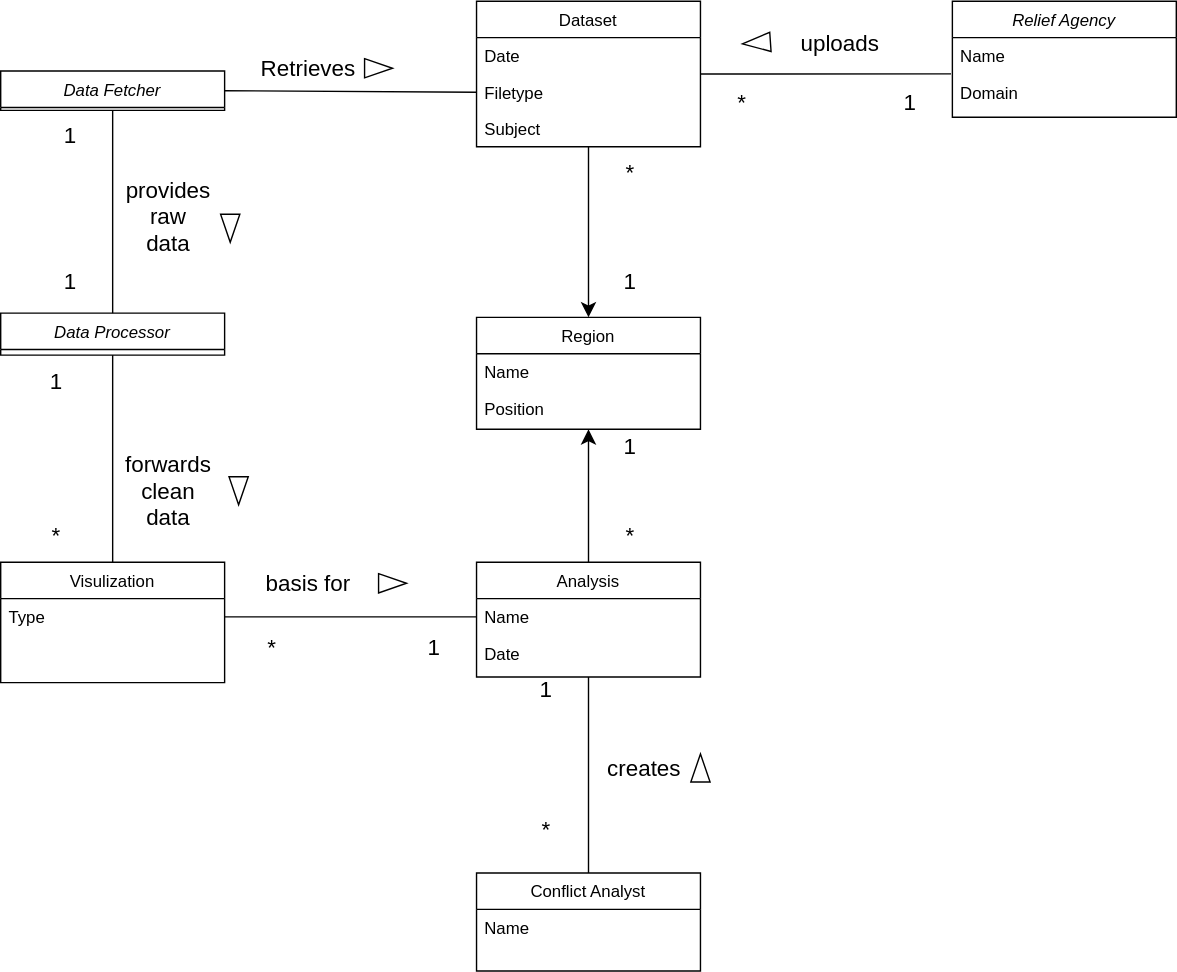
The draw.io diagram artifacts/DomainModel.svg in DhiaBou/IDPInsight, before a commit. Source tidied: cells renumbered, new cells last; positions are measured from the earlier drawing's top-left corner, leaving out a move shared by most shapes. The source it was exported from:
```xml
<mxGraphModel>
  <root>
    <mxCell id="0" />
    <mxCell id="1" parent="0" />
    <mxCell id="2" value="Data Fetcher" style="swimlane;fontStyle=2;align=center;verticalAlign=top;horizontal=1;startSize=26;rounded=0;shadow=0;strokeWidth=1;" parent="1" vertex="1">
      <mxGeometry y="50" width="160" height="28.1" as="geometry" />
    </mxCell>
    <mxCell id="3" value="Visulization" style="swimlane;fontStyle=0;align=center;verticalAlign=top;horizontal=1;startSize=26;rounded=0;shadow=0;strokeWidth=1;" parent="1" vertex="1">
      <mxGeometry y="401" width="160" height="86" as="geometry" />
    </mxCell>
    <mxCell id="4" value="Type" style="text;align=left;verticalAlign=top;spacingLeft=4;spacingRight=4;overflow=hidden;points=[[0,0.5],[1,0.5]];portConstraint=eastwest;" parent="3" vertex="1">
      <mxGeometry y="26" width="160" height="26" as="geometry" />
    </mxCell>
    <mxCell id="5" value="Conflict Analyst" style="swimlane;fontStyle=0;align=center;verticalAlign=top;horizontal=1;startSize=26;rounded=0;shadow=0;strokeWidth=1;" parent="1" vertex="1">
      <mxGeometry x="340" y="623" width="160" height="70" as="geometry" />
    </mxCell>
    <mxCell id="6" value="Name" style="text;align=left;verticalAlign=top;spacingLeft=4;spacingRight=4;overflow=hidden;" parent="5" vertex="1">
      <mxGeometry y="26" width="160" height="26" as="geometry" />
    </mxCell>
    <mxCell id="7" style="edgeStyle=none;curved=1;rounded=0;jettySize=auto;html=1;fontSize=12;startSize=8;endSize=8;" parent="1" edge="1" source="8" target="20">
      <mxGeometry relative="1" as="geometry" />
    </mxCell>
    <mxCell id="8" value="Dataset&#10;" style="swimlane;fontStyle=0;align=center;verticalAlign=top;horizontal=1;startSize=26;rounded=0;shadow=0;strokeWidth=1;" parent="1" vertex="1">
      <mxGeometry x="340" y="0.1" width="160" height="104" as="geometry" />
    </mxCell>
    <mxCell id="9" value="Date" style="text;align=left;verticalAlign=top;spacingLeft=4;spacingRight=4;overflow=hidden;" parent="8" vertex="1">
      <mxGeometry y="26" width="160" height="26" as="geometry" />
    </mxCell>
    <mxCell id="10" value="Filetype" style="text;align=left;verticalAlign=top;spacingLeft=4;spacingRight=4;overflow=hidden;points=[[0,0.5],[1,0.5]];portConstraint=eastwest;" parent="8" vertex="1">
      <mxGeometry y="52" width="160" height="26" as="geometry" />
    </mxCell>
    <mxCell id="11" value="Subject" style="text;align=left;verticalAlign=top;spacingLeft=4;spacingRight=4;overflow=hidden;" parent="8" vertex="1">
      <mxGeometry y="78" width="160" height="26" as="geometry" />
    </mxCell>
    <mxCell id="12" value="Data Processor" style="swimlane;fontStyle=2;align=center;verticalAlign=top;horizontal=1;startSize=26;rounded=0;shadow=0;strokeWidth=1;" parent="1" vertex="1">
      <mxGeometry y="223" width="160" height="30" as="geometry" />
    </mxCell>
    <mxCell id="13" value="Relief Agency" style="swimlane;fontStyle=2;align=center;verticalAlign=top;horizontal=1;startSize=26;rounded=0;shadow=0;strokeWidth=1;" parent="1" vertex="1">
      <mxGeometry x="680" y="0.1" width="160" height="82.9" as="geometry" />
    </mxCell>
    <mxCell id="14" value="Name" style="text;align=left;verticalAlign=top;spacingLeft=4;spacingRight=4;overflow=hidden;points=[[0,0.5],[1,0.5]];portConstraint=eastwest;" parent="13" vertex="1">
      <mxGeometry y="26" width="160" height="26" as="geometry" />
    </mxCell>
    <mxCell id="15" value="Domain" style="text;align=left;verticalAlign=top;spacingLeft=4;spacingRight=4;overflow=hidden;" parent="13" vertex="1">
      <mxGeometry y="52" width="160" height="26" as="geometry" />
    </mxCell>
    <mxCell id="16" style="edgeStyle=none;curved=1;rounded=0;jettySize=auto;html=1;entryX=0.5;entryY=1;entryDx=0;entryDy=0;fontSize=12;startSize=8;endSize=8;" parent="1" edge="1" source="17" target="20">
      <mxGeometry relative="1" as="geometry" />
    </mxCell>
    <mxCell id="17" value="Analysis" style="swimlane;fontStyle=0;align=center;verticalAlign=top;horizontal=1;startSize=26;rounded=0;shadow=0;strokeWidth=1;" parent="1" vertex="1">
      <mxGeometry x="340" y="401" width="160" height="82" as="geometry" />
    </mxCell>
    <mxCell id="18" value="Name" style="text;align=left;verticalAlign=top;spacingLeft=4;spacingRight=4;overflow=hidden;points=[[0,0.5],[1,0.5]];portConstraint=eastwest;" parent="17" vertex="1">
      <mxGeometry y="26" width="160" height="26" as="geometry" />
    </mxCell>
    <mxCell id="19" value="Date" style="text;align=left;verticalAlign=top;spacingLeft=4;spacingRight=4;overflow=hidden;" parent="17" vertex="1">
      <mxGeometry y="52" width="160" height="26" as="geometry" />
    </mxCell>
    <mxCell id="20" value="Region" style="swimlane;fontStyle=0;align=center;verticalAlign=top;horizontal=1;startSize=26;rounded=0;shadow=0;strokeWidth=1;" parent="1" vertex="1">
      <mxGeometry x="340" y="226" width="160" height="80" as="geometry" />
    </mxCell>
    <mxCell id="21" value="Name&#10;" style="text;align=left;verticalAlign=top;spacingLeft=4;spacingRight=4;overflow=hidden;" parent="20" vertex="1">
      <mxGeometry y="26" width="160" height="26" as="geometry" />
    </mxCell>
    <mxCell id="22" value="Position" style="text;align=left;verticalAlign=top;spacingLeft=4;spacingRight=4;overflow=hidden;" parent="20" vertex="1">
      <mxGeometry y="52" width="160" height="26" as="geometry" />
    </mxCell>
    <mxCell id="23" value="1" style="text;html=1;strokeColor=none;fillColor=none;align=center;verticalAlign=middle;whiteSpace=wrap;rounded=0;fontSize=16;" parent="1" vertex="1">
      <mxGeometry x="430" y="191.1" width="40" height="17" as="geometry" />
    </mxCell>
    <mxCell id="24" value="*" style="text;html=1;strokeColor=none;fillColor=none;align=center;verticalAlign=middle;whiteSpace=wrap;rounded=0;fontSize=16;" parent="1" vertex="1">
      <mxGeometry x="430" y="113" width="40" height="17" as="geometry" />
    </mxCell>
    <mxCell id="25" value="Retrieves" style="text;html=1;strokeColor=none;fillColor=none;align=center;verticalAlign=middle;whiteSpace=wrap;rounded=0;fontSize=16;" parent="1" vertex="1">
      <mxGeometry x="190" y="33" width="60" height="30" as="geometry" />
    </mxCell>
    <mxCell id="26" style="triangle;whiteSpace=wrap;html=1;fontSize=16;" parent="1" vertex="1">
      <mxGeometry x="260" y="41.1" width="20" height="13.8" as="geometry" />
    </mxCell>
    <mxCell id="27" style="endArrow=none;html=1;rounded=0;fontSize=12;startSize=8;endSize=8;curved=1;entryX=0.5;entryY=1;entryDx=0;entryDy=0;exitX=0.5;exitY=0;exitDx=0;exitDy=0;" parent="1" edge="1" source="12" target="2">
      <mxGeometry relative="1" as="geometry" />
    </mxCell>
    <mxCell id="28" style="triangle;whiteSpace=wrap;html=1;fontSize=16;rotation=90;" parent="1" vertex="1">
      <mxGeometry x="154" y="155.5" width="20" height="13.8" as="geometry" />
    </mxCell>
    <mxCell id="29" value="provides raw data" style="text;html=1;strokeColor=none;fillColor=none;align=center;verticalAlign=middle;whiteSpace=wrap;rounded=0;fontSize=16;" parent="1" vertex="1">
      <mxGeometry x="90" y="139.3" width="60" height="30" as="geometry" />
    </mxCell>
    <mxCell id="30" style="endArrow=none;html=1;rounded=0;fontSize=12;startSize=8;endSize=8;curved=1;entryX=0.5;entryY=1;entryDx=0;entryDy=0;exitX=0.5;exitY=0;exitDx=0;exitDy=0;" parent="1" edge="1" source="3" target="12">
      <mxGeometry relative="1" as="geometry" />
    </mxCell>
    <mxCell id="31" value="forwards clean data" style="text;html=1;strokeColor=none;fillColor=none;align=center;verticalAlign=middle;whiteSpace=wrap;rounded=0;fontSize=16;" parent="1" vertex="1">
      <mxGeometry x="90" y="334.9" width="60" height="30" as="geometry" />
    </mxCell>
    <mxCell id="32" style="triangle;whiteSpace=wrap;html=1;fontSize=16;rotation=90;" parent="1" vertex="1">
      <mxGeometry x="160" y="343" width="20" height="13.8" as="geometry" />
    </mxCell>
    <mxCell id="33" style="endArrow=none;html=1;rounded=0;fontSize=12;startSize=8;endSize=8;curved=1;exitX=0.5;exitY=0;exitDx=0;exitDy=0;entryX=0.5;entryY=1;entryDx=0;entryDy=0;" parent="1" edge="1" source="5" target="17">
      <mxGeometry relative="1" as="geometry" />
    </mxCell>
    <mxCell id="34" value="creates" style="text;html=1;strokeColor=none;fillColor=none;align=center;verticalAlign=middle;whiteSpace=wrap;rounded=0;fontSize=16;" parent="1" vertex="1">
      <mxGeometry x="430" y="533" width="60" height="30" as="geometry" />
    </mxCell>
    <mxCell id="35" style="triangle;whiteSpace=wrap;html=1;fontSize=16;rotation=-90;" parent="1" vertex="1">
      <mxGeometry x="490" y="541.1" width="20" height="13.8" as="geometry" />
    </mxCell>
    <mxCell id="36" style="endArrow=none;html=1;rounded=0;fontSize=12;startSize=8;endSize=8;curved=1;exitX=1;exitY=0.5;exitDx=0;exitDy=0;entryX=0;entryY=0.5;entryDx=0;entryDy=0;" parent="1" edge="1" source="4" target="18">
      <mxGeometry relative="1" as="geometry" />
    </mxCell>
    <mxCell id="37" value="basis for" style="text;html=1;strokeColor=none;fillColor=none;align=center;verticalAlign=middle;whiteSpace=wrap;rounded=0;fontSize=16;" parent="1" vertex="1">
      <mxGeometry x="180" y="401" width="80" height="30" as="geometry" />
    </mxCell>
    <mxCell id="38" style="triangle;whiteSpace=wrap;html=1;fontSize=16;" parent="1" vertex="1">
      <mxGeometry x="270" y="409.1" width="20" height="13.8" as="geometry" />
    </mxCell>
    <mxCell id="39" value="1" style="text;html=1;strokeColor=none;fillColor=none;align=center;verticalAlign=middle;whiteSpace=wrap;rounded=0;fontSize=16;" parent="1" vertex="1">
      <mxGeometry x="430" y="309" width="40" height="17" as="geometry" />
    </mxCell>
    <mxCell id="40" value="*" style="text;html=1;strokeColor=none;fillColor=none;align=center;verticalAlign=middle;whiteSpace=wrap;rounded=0;fontSize=16;" parent="1" vertex="1">
      <mxGeometry x="430" y="373" width="40" height="17" as="geometry" />
    </mxCell>
    <mxCell id="41" value="*" style="text;html=1;strokeColor=none;fillColor=none;align=center;verticalAlign=middle;whiteSpace=wrap;rounded=0;fontSize=16;" parent="1" vertex="1">
      <mxGeometry x="174" y="453" width="40" height="17" as="geometry" />
    </mxCell>
    <mxCell id="42" value="1" style="text;html=1;strokeColor=none;fillColor=none;align=center;verticalAlign=middle;whiteSpace=wrap;rounded=0;fontSize=16;" parent="1" vertex="1">
      <mxGeometry x="290" y="453" width="40" height="17" as="geometry" />
    </mxCell>
    <mxCell id="43" value="1" style="text;html=1;strokeColor=none;fillColor=none;align=center;verticalAlign=middle;whiteSpace=wrap;rounded=0;fontSize=16;" parent="1" vertex="1">
      <mxGeometry x="30" y="87.1" width="40" height="17" as="geometry" />
    </mxCell>
    <mxCell id="44" value="1" style="text;html=1;strokeColor=none;fillColor=none;align=center;verticalAlign=middle;whiteSpace=wrap;rounded=0;fontSize=16;" parent="1" vertex="1">
      <mxGeometry x="30" y="191.1" width="40" height="17" as="geometry" />
    </mxCell>
    <mxCell id="45" value="1" style="text;html=1;strokeColor=none;fillColor=none;align=center;verticalAlign=middle;whiteSpace=wrap;rounded=0;fontSize=16;" parent="1" vertex="1">
      <mxGeometry x="20" y="263" width="40" height="17" as="geometry" />
    </mxCell>
    <mxCell id="46" value="*" style="text;html=1;strokeColor=none;fillColor=none;align=center;verticalAlign=middle;whiteSpace=wrap;rounded=0;fontSize=16;" parent="1" vertex="1">
      <mxGeometry x="20" y="373" width="40" height="17" as="geometry" />
    </mxCell>
    <mxCell id="47" style="endArrow=none;html=1;rounded=0;fontSize=12;startSize=8;endSize=8;curved=1;entryX=-0.006;entryY=0.995;entryDx=0;entryDy=0;entryPerimeter=0;exitX=1;exitY=0.5;exitDx=0;exitDy=0;" parent="1" edge="1" source="8" target="14">
      <mxGeometry relative="1" as="geometry" />
    </mxCell>
    <mxCell id="48" value="*" style="text;html=1;strokeColor=none;fillColor=none;align=center;verticalAlign=middle;whiteSpace=wrap;rounded=0;fontSize=16;" parent="1" vertex="1">
      <mxGeometry x="510" y="63.5" width="40" height="17" as="geometry" />
    </mxCell>
    <mxCell id="49" value="1" style="text;html=1;strokeColor=none;fillColor=none;align=center;verticalAlign=middle;whiteSpace=wrap;rounded=0;fontSize=16;" parent="1" vertex="1">
      <mxGeometry x="630" y="63" width="40" height="17" as="geometry" />
    </mxCell>
    <mxCell id="50" value="*" style="text;html=1;strokeColor=none;fillColor=none;align=center;verticalAlign=middle;whiteSpace=wrap;rounded=0;fontSize=16;" parent="1" vertex="1">
      <mxGeometry x="370" y="583" width="40" height="17" as="geometry" />
    </mxCell>
    <mxCell id="51" value="1" style="text;html=1;strokeColor=none;fillColor=none;align=center;verticalAlign=middle;whiteSpace=wrap;rounded=0;fontSize=16;" parent="1" vertex="1">
      <mxGeometry x="370" y="483" width="40" height="17" as="geometry" />
    </mxCell>
    <mxCell id="52" style="triangle;whiteSpace=wrap;html=1;fontSize=16;rotation=-184;" parent="1" vertex="1">
      <mxGeometry x="530" y="23" width="20" height="13.8" as="geometry" />
    </mxCell>
    <mxCell id="53" value="uploads" style="text;html=1;strokeColor=none;fillColor=none;align=center;verticalAlign=middle;whiteSpace=wrap;rounded=0;fontSize=16;" parent="1" vertex="1">
      <mxGeometry x="570" y="14.9" width="60" height="30" as="geometry" />
    </mxCell>
    <mxCell id="54" style="endArrow=none;html=1;rounded=0;fontSize=12;startSize=8;endSize=8;curved=1;entryX=0;entryY=0.5;entryDx=0;entryDy=0;exitX=1;exitY=0.5;exitDx=0;exitDy=0;" parent="1" edge="1" source="2" target="10">
      <mxGeometry relative="1" as="geometry" />
    </mxCell>
  </root>
</mxGraphModel>
```
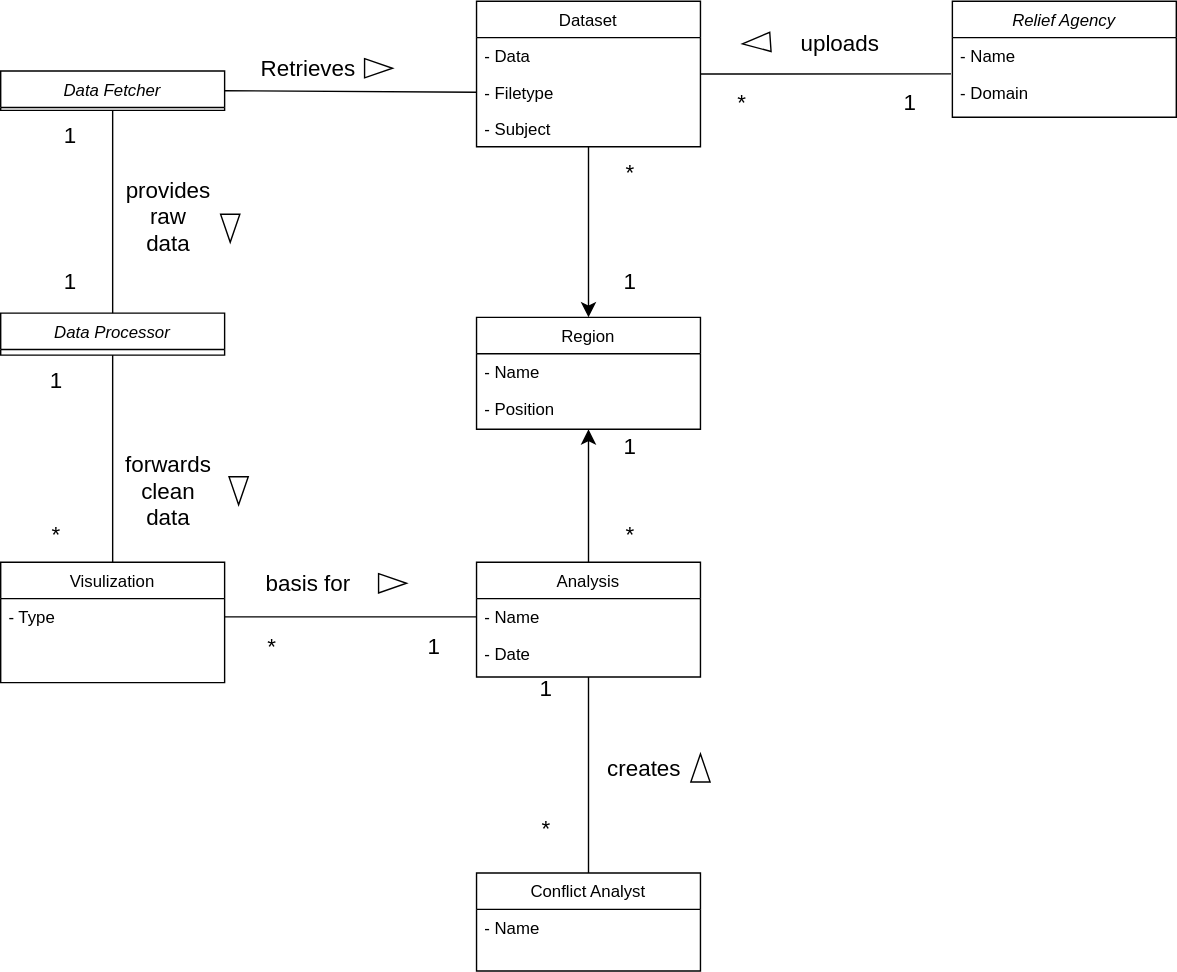
The same file after the commit.

Diff of the diagram source:
```diff
@@ -8,13 +8,13 @@
     <mxCell id="3" value="Visulization" style="swimlane;fontStyle=0;align=center;verticalAlign=top;horizontal=1;startSize=26;rounded=0;shadow=0;strokeWidth=1;" parent="1" vertex="1">
       <mxGeometry y="401" width="160" height="86" as="geometry" />
     </mxCell>
-    <mxCell id="4" value="Type" style="text;align=left;verticalAlign=top;spacingLeft=4;spacingRight=4;overflow=hidden;points=[[0,0.5],[1,0.5]];portConstraint=eastwest;" parent="3" vertex="1">
+    <mxCell id="4" value="- Type" style="text;align=left;verticalAlign=top;spacingLeft=4;spacingRight=4;overflow=hidden;points=[[0,0.5],[1,0.5]];portConstraint=eastwest;" parent="3" vertex="1">
       <mxGeometry y="26" width="160" height="26" as="geometry" />
     </mxCell>
     <mxCell id="5" value="Conflict Analyst" style="swimlane;fontStyle=0;align=center;verticalAlign=top;horizontal=1;startSize=26;rounded=0;shadow=0;strokeWidth=1;" parent="1" vertex="1">
       <mxGeometry x="340" y="623" width="160" height="70" as="geometry" />
     </mxCell>
-    <mxCell id="6" value="Name" style="text;align=left;verticalAlign=top;spacingLeft=4;spacingRight=4;overflow=hidden;" parent="5" vertex="1">
+    <mxCell id="6" value="- Name" style="text;align=left;verticalAlign=top;spacingLeft=4;spacingRight=4;overflow=hidden;" parent="5" vertex="1">
       <mxGeometry y="26" width="160" height="26" as="geometry" />
     </mxCell>
     <mxCell id="7" style="edgeStyle=none;curved=1;rounded=0;jettySize=auto;html=1;fontSize=12;startSize=8;endSize=8;" parent="1" edge="1" source="8" target="20">
@@ -23,13 +23,13 @@
     <mxCell id="8" value="Dataset&#10;" style="swimlane;fontStyle=0;align=center;verticalAlign=top;horizontal=1;startSize=26;rounded=0;shadow=0;strokeWidth=1;" parent="1" vertex="1">
       <mxGeometry x="340" y="0.1" width="160" height="104" as="geometry" />
     </mxCell>
-    <mxCell id="9" value="Date" style="text;align=left;verticalAlign=top;spacingLeft=4;spacingRight=4;overflow=hidden;" parent="8" vertex="1">
+    <mxCell id="9" value="- Data" style="text;align=left;verticalAlign=top;spacingLeft=4;spacingRight=4;overflow=hidden;" parent="8" vertex="1">
       <mxGeometry y="26" width="160" height="26" as="geometry" />
     </mxCell>
-    <mxCell id="10" value="Filetype" style="text;align=left;verticalAlign=top;spacingLeft=4;spacingRight=4;overflow=hidden;points=[[0,0.5],[1,0.5]];portConstraint=eastwest;" parent="8" vertex="1">
+    <mxCell id="10" value="- Filetype" style="text;align=left;verticalAlign=top;spacingLeft=4;spacingRight=4;overflow=hidden;points=[[0,0.5],[1,0.5]];portConstraint=eastwest;" parent="8" vertex="1">
       <mxGeometry y="52" width="160" height="26" as="geometry" />
     </mxCell>
-    <mxCell id="11" value="Subject" style="text;align=left;verticalAlign=top;spacingLeft=4;spacingRight=4;overflow=hidden;" parent="8" vertex="1">
+    <mxCell id="11" value="- Subject" style="text;align=left;verticalAlign=top;spacingLeft=4;spacingRight=4;overflow=hidden;" parent="8" vertex="1">
       <mxGeometry y="78" width="160" height="26" as="geometry" />
     </mxCell>
     <mxCell id="12" value="Data Processor" style="swimlane;fontStyle=2;align=center;verticalAlign=top;horizontal=1;startSize=26;rounded=0;shadow=0;strokeWidth=1;" parent="1" vertex="1">
@@ -38,10 +38,10 @@
     <mxCell id="13" value="Relief Agency" style="swimlane;fontStyle=2;align=center;verticalAlign=top;horizontal=1;startSize=26;rounded=0;shadow=0;strokeWidth=1;" parent="1" vertex="1">
       <mxGeometry x="680" y="0.1" width="160" height="82.9" as="geometry" />
     </mxCell>
-    <mxCell id="14" value="Name" style="text;align=left;verticalAlign=top;spacingLeft=4;spacingRight=4;overflow=hidden;points=[[0,0.5],[1,0.5]];portConstraint=eastwest;" parent="13" vertex="1">
+    <mxCell id="14" value="- Name" style="text;align=left;verticalAlign=top;spacingLeft=4;spacingRight=4;overflow=hidden;points=[[0,0.5],[1,0.5]];portConstraint=eastwest;" parent="13" vertex="1">
       <mxGeometry y="26" width="160" height="26" as="geometry" />
     </mxCell>
-    <mxCell id="15" value="Domain" style="text;align=left;verticalAlign=top;spacingLeft=4;spacingRight=4;overflow=hidden;" parent="13" vertex="1">
+    <mxCell id="15" value="- Domain" style="text;align=left;verticalAlign=top;spacingLeft=4;spacingRight=4;overflow=hidden;" parent="13" vertex="1">
       <mxGeometry y="52" width="160" height="26" as="geometry" />
     </mxCell>
     <mxCell id="16" style="edgeStyle=none;curved=1;rounded=0;jettySize=auto;html=1;entryX=0.5;entryY=1;entryDx=0;entryDy=0;fontSize=12;startSize=8;endSize=8;" parent="1" edge="1" source="17" target="20">
@@ -50,19 +50,19 @@
     <mxCell id="17" value="Analysis" style="swimlane;fontStyle=0;align=center;verticalAlign=top;horizontal=1;startSize=26;rounded=0;shadow=0;strokeWidth=1;" parent="1" vertex="1">
       <mxGeometry x="340" y="401" width="160" height="82" as="geometry" />
     </mxCell>
-    <mxCell id="18" value="Name" style="text;align=left;verticalAlign=top;spacingLeft=4;spacingRight=4;overflow=hidden;points=[[0,0.5],[1,0.5]];portConstraint=eastwest;" parent="17" vertex="1">
+    <mxCell id="18" value="- Name" style="text;align=left;verticalAlign=top;spacingLeft=4;spacingRight=4;overflow=hidden;points=[[0,0.5],[1,0.5]];portConstraint=eastwest;" parent="17" vertex="1">
       <mxGeometry y="26" width="160" height="26" as="geometry" />
     </mxCell>
-    <mxCell id="19" value="Date" style="text;align=left;verticalAlign=top;spacingLeft=4;spacingRight=4;overflow=hidden;" parent="17" vertex="1">
+    <mxCell id="19" value="- Date" style="text;align=left;verticalAlign=top;spacingLeft=4;spacingRight=4;overflow=hidden;" parent="17" vertex="1">
       <mxGeometry y="52" width="160" height="26" as="geometry" />
     </mxCell>
     <mxCell id="20" value="Region" style="swimlane;fontStyle=0;align=center;verticalAlign=top;horizontal=1;startSize=26;rounded=0;shadow=0;strokeWidth=1;" parent="1" vertex="1">
       <mxGeometry x="340" y="226" width="160" height="80" as="geometry" />
     </mxCell>
-    <mxCell id="21" value="Name&#10;" style="text;align=left;verticalAlign=top;spacingLeft=4;spacingRight=4;overflow=hidden;" parent="20" vertex="1">
+    <mxCell id="21" value="- Name&#10;" style="text;align=left;verticalAlign=top;spacingLeft=4;spacingRight=4;overflow=hidden;" parent="20" vertex="1">
       <mxGeometry y="26" width="160" height="26" as="geometry" />
     </mxCell>
-    <mxCell id="22" value="Position" style="text;align=left;verticalAlign=top;spacingLeft=4;spacingRight=4;overflow=hidden;" parent="20" vertex="1">
+    <mxCell id="22" value="- Position" style="text;align=left;verticalAlign=top;spacingLeft=4;spacingRight=4;overflow=hidden;" parent="20" vertex="1">
       <mxGeometry y="52" width="160" height="26" as="geometry" />
     </mxCell>
     <mxCell id="23" value="1" style="text;html=1;strokeColor=none;fillColor=none;align=center;verticalAlign=middle;whiteSpace=wrap;rounded=0;fontSize=16;" parent="1" vertex="1">
```
